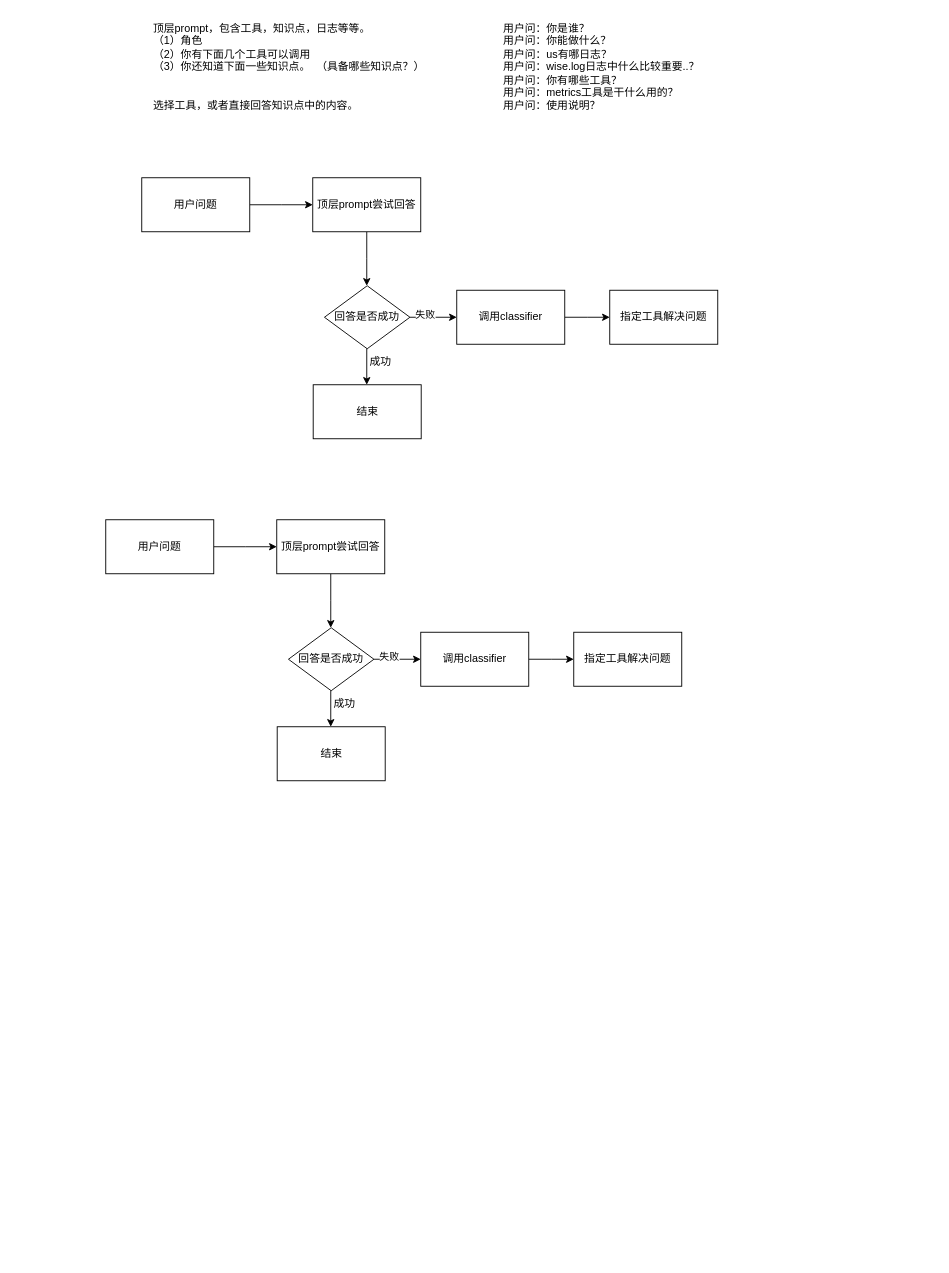
Before: 方案.drawio in wzregan/draw, a draw.io diagram. Source tidied: cells renumbered, new cells numbered last; positions are measured from the earlier drawing's top-left corner, leaving out a move shared by most shapes. Both pictures are drawn from the tidied source at 90%, with x=0, y=0 at pixel (105, 15).
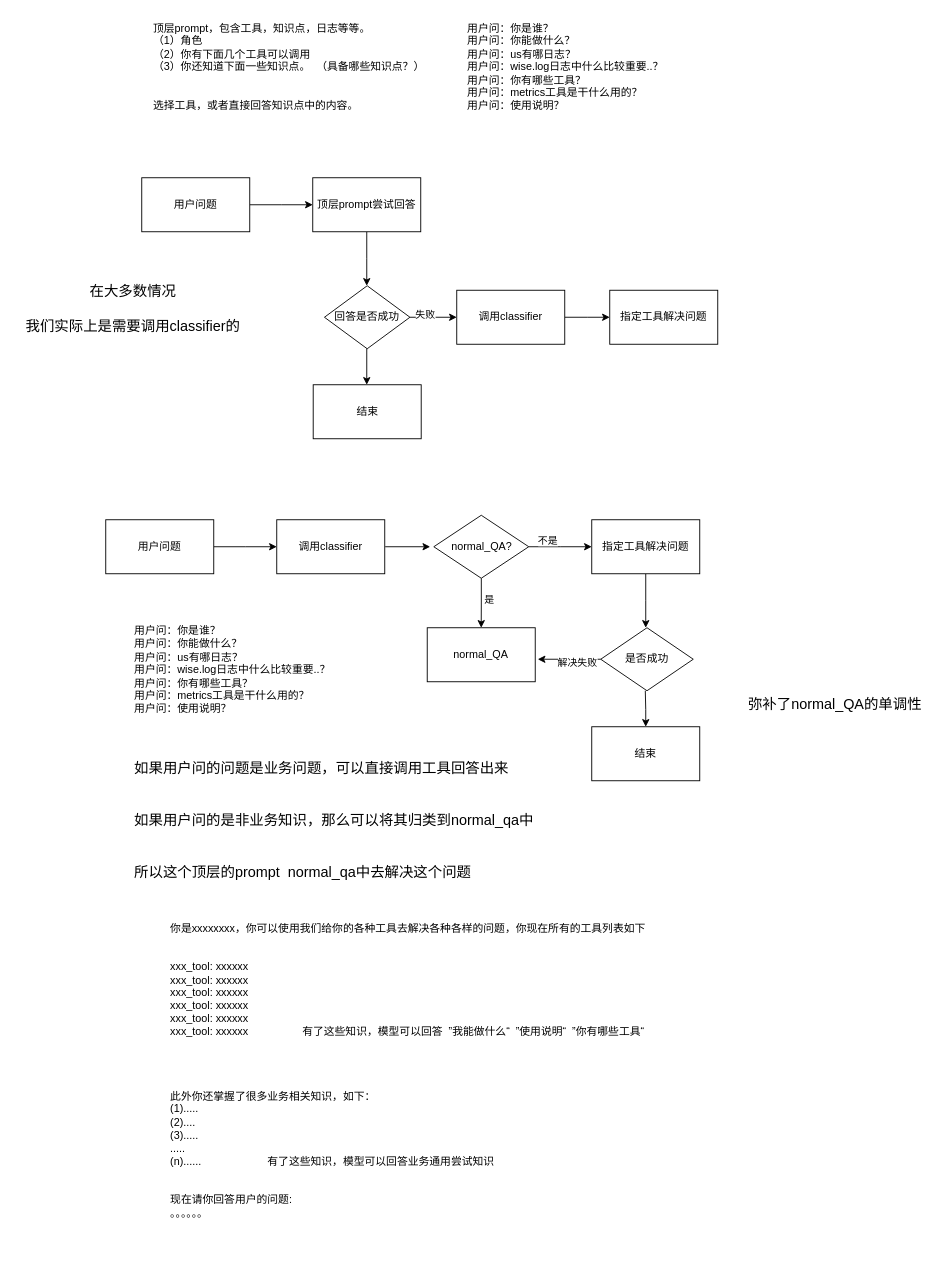
Above is the later version.

Change to the diagram source:
```diff
@@
-    <mxCell id="12" value="成功" style="text;html=1;align=center;verticalAlign=middle;strokeColor=none;fillColor=none;" parent="1" vertex="1">
-      <mxGeometry x="280" y="370" width="50" height="30" as="geometry" />
-    </mxCell>
@@
     <mxCell id="16" value="用户问：你是谁？&#10;用户问：你能做什么？&#10;用户问：us有哪日志？&#10;用户问：wise.log日志中什么比较重要..？&#10;用户问：你有哪些工具？&#10;用户问：metrics工具是干什么用的？&#10;用户问：使用说明？" style="text;whiteSpace=wrap;" parent="1" vertex="1">
-      <mxGeometry x="440" width="250" height="120" as="geometry" />
+      <mxGeometry x="400" width="250" height="120" as="geometry" />
     </mxCell>
@@
-    <mxCell id="19" style="edgeStyle=orthogonalEdgeStyle;rounded=0;jettySize=auto;html=1;" parent="1" edge="1" source="20">
-      <mxGeometry relative="1" as="geometry">
-        <mxPoint x="250" y="680" as="targetPoint" />
-      </mxGeometry>
-    </mxCell>
-    <mxCell id="20" value="顶层prompt尝试回答" style="rounded=0;whiteSpace=wrap;html=1;" parent="1" vertex="1">
+    <mxCell id="20" value="调用classifier" style="rounded=0;whiteSpace=wrap;html=1;" parent="1" vertex="1">
       <mxGeometry x="190" y="560" width="120" height="60" as="geometry" />
     </mxCell>
-    <mxCell id="21" style="edgeStyle=orthogonalEdgeStyle;rounded=0;jettySize=auto;html=1;" parent="1" edge="1" source="24">
-      <mxGeometry relative="1" as="geometry">
-        <mxPoint x="250" y="790" as="targetPoint" />
-      </mxGeometry>
-    </mxCell>
-    <mxCell id="22" style="edgeStyle=orthogonalEdgeStyle;rounded=0;jettySize=auto;html=1;exitX=1;exitY=0.5;exitDx=0;exitDy=0;" parent="1" edge="1" source="24">
-      <mxGeometry relative="1" as="geometry">
-        <mxPoint x="350" y="715" as="targetPoint" />
-      </mxGeometry>
-    </mxCell>
-    <mxCell id="23" value="失败" style="edgeLabel;html=1;align=center;verticalAlign=middle;" parent="22" vertex="1">
-      <mxGeometry x="-0.39" y="4" relative="1" as="geometry" />
-    </mxCell>
-    <mxCell id="24" value="回答是否成功" style="rhombus;whiteSpace=wrap;html=1;" parent="1" vertex="1">
-      <mxGeometry x="203" y="680" width="95" height="70" as="geometry" />
-    </mxCell>
-    <mxCell id="25" value="结束" style="rounded=0;whiteSpace=wrap;html=1;" parent="1" vertex="1">
-      <mxGeometry x="190.5" y="790" width="120" height="60" as="geometry" />
-    </mxCell>
-    <mxCell id="26" value="成功" style="text;html=1;align=center;verticalAlign=middle;strokeColor=none;fillColor=none;" parent="1" vertex="1">
-      <mxGeometry x="240" y="750" width="50" height="30" as="geometry" />
-    </mxCell>
-    <mxCell id="27" style="edgeStyle=orthogonalEdgeStyle;rounded=0;jettySize=auto;html=1;" parent="1" edge="1" source="28">
+    <mxCell id="27" style="edgeStyle=orthogonalEdgeStyle;rounded=0;orthogonalLoop=1;jettySize=auto;html=1;" parent="1" edge="1">
       <mxGeometry relative="1" as="geometry">
-        <mxPoint x="520" y="715" as="targetPoint" />
+        <mxPoint x="310.5" y="590" as="sourcePoint" />
+        <mxPoint x="360.5" y="590" as="targetPoint" />
       </mxGeometry>
     </mxCell>
-    <mxCell id="28" value="调用classifier" style="rounded=0;whiteSpace=wrap;html=1;" parent="1" vertex="1">
-      <mxGeometry x="350" y="685" width="120" height="60" as="geometry" />
+    <mxCell id="28" value="normal_QA" style="rounded=0;whiteSpace=wrap;html=1;" parent="1" vertex="1">
+      <mxGeometry x="357.2" y="680" width="120" height="60" as="geometry" />
     </mxCell>
+    <mxCell id="30" style="edgeStyle=orthogonalEdgeStyle;rounded=0;jettySize=auto;html=1;" parent="1" edge="1" source="29">
+      <mxGeometry relative="1" as="geometry">
+        <mxPoint x="600" y="680" as="targetPoint" />
+      </mxGeometry>
+    </mxCell>
     <mxCell id="29" value="指定工具解决问题" style="rounded=0;whiteSpace=wrap;html=1;" parent="1" vertex="1">
-      <mxGeometry x="520" y="685" width="120" height="60" as="geometry" />
+      <mxGeometry x="540" y="560" width="120" height="60" as="geometry" />
     </mxCell>
+    <mxCell id="31" style="edgeStyle=orthogonalEdgeStyle;rounded=0;jettySize=auto;html=1;" parent="1" edge="1" source="35">
+      <mxGeometry relative="1" as="geometry">
+        <mxPoint x="540" y="590" as="targetPoint" />
+      </mxGeometry>
+    </mxCell>
+    <mxCell id="32" value="不是" style="edgeLabel;html=1;align=center;verticalAlign=middle;" parent="31" vertex="1">
+      <mxGeometry x="-0.43" y="8" relative="1" as="geometry" />
+    </mxCell>
+    <mxCell id="33" style="edgeStyle=orthogonalEdgeStyle;rounded=0;jettySize=auto;html=1;" parent="1" edge="1" source="35">
+      <mxGeometry relative="1" as="geometry">
+        <mxPoint x="417.2" y="680" as="targetPoint" />
+      </mxGeometry>
+    </mxCell>
+    <mxCell id="34" value="是" style="edgeLabel;html=1;align=center;verticalAlign=middle;" parent="33" vertex="1">
+      <mxGeometry x="-0.13" y="8" relative="1" as="geometry" />
+    </mxCell>
+    <mxCell id="35" value="normal_QA?" style="rhombus;whiteSpace=wrap;html=1;" parent="1" vertex="1">
+      <mxGeometry x="364.5" y="555" width="105.5" height="70" as="geometry" />
+    </mxCell>
+    <mxCell id="36" value="用户问：你是谁？&#10;用户问：你能做什么？&#10;用户问：us有哪日志？&#10;用户问：wise.log日志中什么比较重要..？&#10;用户问：你有哪些工具？&#10;用户问：metrics工具是干什么用的？&#10;用户问：使用说明？" style="text;whiteSpace=wrap;" parent="1" vertex="1">
+      <mxGeometry x="30" y="670" width="250" height="120" as="geometry" />
+    </mxCell>
+    <mxCell id="25" value="结束" style="rounded=0;whiteSpace=wrap;html=1;" parent="1" vertex="1">
+      <mxGeometry x="540" y="790" width="120" height="60" as="geometry" />
+    </mxCell>
+    <mxCell id="37" style="edgeStyle=orthogonalEdgeStyle;rounded=0;jettySize=auto;html=1;" parent="1" edge="1" source="39">
+      <mxGeometry relative="1" as="geometry">
+        <mxPoint x="480" y="715" as="targetPoint" />
+      </mxGeometry>
+    </mxCell>
+    <mxCell id="38" value="解决失败" style="edgeLabel;html=1;align=center;verticalAlign=middle;" parent="37" vertex="1">
+      <mxGeometry x="-0.23" y="3" relative="1" as="geometry" />
+    </mxCell>
+    <mxCell id="39" value="是否成功" style="rhombus;whiteSpace=wrap;html=1;" parent="1" vertex="1">
+      <mxGeometry x="550" y="680" width="102.8" height="70" as="geometry" />
+    </mxCell>
+    <mxCell id="40" style="edgeStyle=orthogonalEdgeStyle;rounded=0;orthogonalLoop=1;jettySize=auto;html=1;" parent="1" edge="1">
+      <mxGeometry relative="1" as="geometry">
+        <mxPoint x="599.5" y="750" as="sourcePoint" />
+        <mxPoint x="600" y="790" as="targetPoint" />
+      </mxGeometry>
+    </mxCell>
+    <mxCell id="41" value="你是xxxxxxxx，你可以使用我们给你的各种工具去解决各种各样的问题，你现在所有的工具列表如下&#10;&#10;&#10;xxx_tool: xxxxxx&#10;xxx_tool: xxxxxx&#10;xxx_tool: xxxxxx&#10;xxx_tool: xxxxxx&#10;xxx_tool: xxxxxx&#10;xxx_tool: xxxxxx                  有了这些知识，模型可以回答  ”我能做什么“  ”使用说明“  ”你有哪些工具“ &#10;&#10;&#10;&#10;&#10;此外你还掌握了很多业务相关知识，如下：&#10;(1).....&#10;(2)....&#10;(3).....&#10;.....&#10;(n)......                      有了这些知识，模型可以回答业务通用尝试知识&#10;&#10;&#10;现在请你回答用户的问题:&#10;。。。。。。" style="text;whiteSpace=wrap;" parent="1" vertex="1">
+      <mxGeometry x="70" y="1000" width="560" height="380" as="geometry" />
+    </mxCell>
+    <mxCell id="42" value="如果用户问的问题是业务问题，可以直接调用工具回答出来&#10;&#10;&#10;如果用户问的是非业务知识，那么可以将其归类到normal_qa中&#10;&#10;&#10;所以这个顶层的prompt  normal_qa中去解决这个问题" style="text;whiteSpace=wrap;fontSize=16;" parent="1" vertex="1">
+      <mxGeometry x="30" y="820" width="480" height="150" as="geometry" />
+    </mxCell>
+    <mxCell id="43" value="在大多数情况&lt;br&gt;&lt;br&gt;我们实际上是需要调用classifier的&lt;br&gt;&lt;br&gt;" style="text;html=1;align=center;verticalAlign=middle;strokeColor=none;fillColor=none;fontSize=16;" parent="1" vertex="1">
+      <mxGeometry x="-100" y="290" width="260" height="90" as="geometry" />
+    </mxCell>
+    <mxCell id="44" value="弥补了normal_QA的单调性" style="text;html=1;align=center;verticalAlign=middle;strokeColor=none;fillColor=none;fontSize=16;" parent="1" vertex="1">
+      <mxGeometry x="700" y="750" width="220" height="30" as="geometry" />
+    </mxCell>
```
